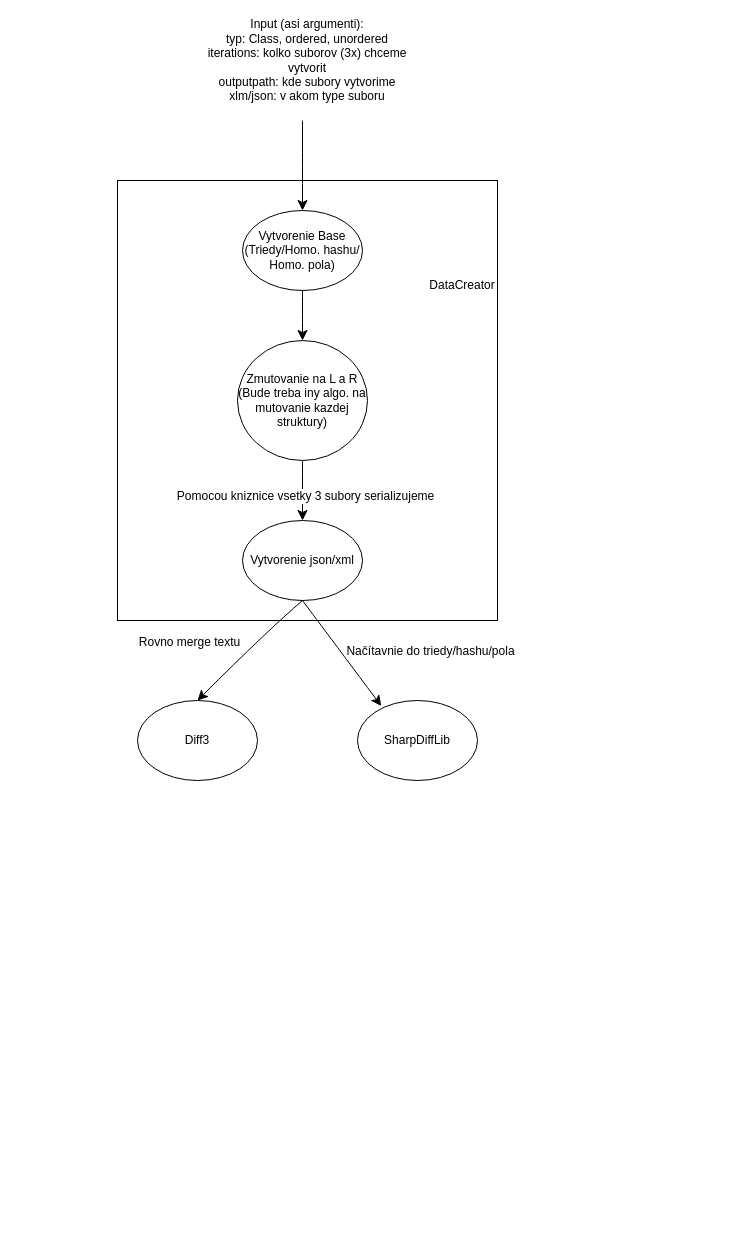
The draw.io diagram JednoduchyProcesDiagram.drawio in pilarcik8/SharpDiffLib, before the edit. Source tidied: cells renumbered, new cells numbered last; positions are measured from the earlier drawing's top-left corner, leaving out a move shared by most shapes. Both pictures are drawn from the tidied source at 100%, with x=0, y=0 at pixel (117, 20).
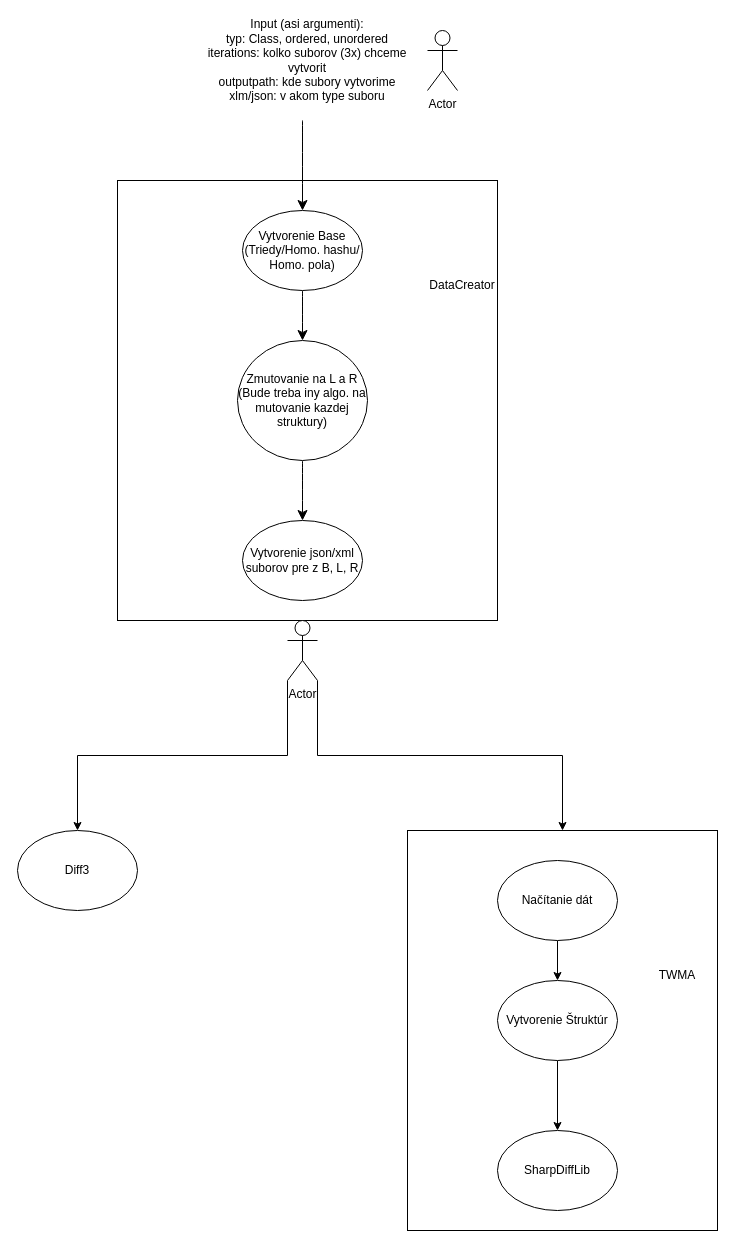
The same page after the edit.

Commit message:
Updated proces diagram diff part not done.drawio

The change refers to these unchanged cells:
```xml
<mxCell id="12" style="edgeStyle=none;curved=1;rounded=0;jettySize=auto;html=1;exitX=0.5;exitY=1;exitDx=0;exitDy=0;entryX=0.5;entryY=0;entryDx=0;entryDy=0;fontSize=12;startSize=8;endSize=8;" parent="1" edge="1" source="14" target="5">
  <mxGeometry relative="1" as="geometry" />
</mxCell>
```

The edit, as a diff of the source:
```diff
@@
+    <mxCell id="18" style="rounded=0;whiteSpace=wrap;html=1;" parent="1" vertex="1">
+      <mxGeometry x="290" y="810" width="310" height="400" as="geometry" />
+    </mxCell>
@@
-    <mxCell id="3" style="edgeStyle=none;curved=1;rounded=0;jettySize=auto;html=1;exitX=0.5;exitY=1;exitDx=0;exitDy=0;entryX=0.5;entryY=0;entryDx=0;entryDy=0;fontSize=12;startSize=8;endSize=8;" parent="1" edge="1" source="5" target="7">
-      <mxGeometry relative="1" as="geometry">
-        <Array as="points">
-          <mxPoint x="150" y="610" />
-        </Array>
-      </mxGeometry>
-    </mxCell>
-    <mxCell id="4" value="Rovno merge textu" style="edgeLabel;html=1;align=center;verticalAlign=middle;fontSize=12;" parent="3" vertex="1">
-      <mxGeometry x="-0.08" y="-4" relative="1" as="geometry">
-        <mxPoint x="-61" as="offset" />
-      </mxGeometry>
-    </mxCell>
-    <mxCell id="5" value="Vytvorenie json/xml" style="ellipse;whiteSpace=wrap;html=1;" parent="1" vertex="1">
+    <mxCell id="5" value="Vytvorenie json/xml suborov pre z B, L, R" style="ellipse;whiteSpace=wrap;html=1;" parent="1" vertex="1">
       <mxGeometry x="125" y="500" width="120" height="80" as="geometry" />
     </mxCell>
     <mxCell id="6" value="SharpDiffLib" style="ellipse;whiteSpace=wrap;html=1;" parent="1" vertex="1">
-      <mxGeometry x="240" y="680" width="120" height="80" as="geometry" />
+      <mxGeometry x="380" y="1110" width="120" height="80" as="geometry" />
     </mxCell>
     <mxCell id="7" value="Diff3" style="ellipse;whiteSpace=wrap;html=1;" parent="1" vertex="1">
-      <mxGeometry x="20" y="680" width="120" height="80" as="geometry" />
+      <mxGeometry x="-100" y="810" width="120" height="80" as="geometry" />
     </mxCell>
-    <mxCell id="8" style="edgeStyle=none;curved=1;rounded=0;jettySize=auto;html=1;exitX=0.5;exitY=1;exitDx=0;exitDy=0;entryX=0.198;entryY=0.068;entryDx=0;entryDy=0;entryPerimeter=0;fontSize=12;startSize=8;endSize=8;" parent="1" edge="1" source="5" target="6">
-      <mxGeometry relative="1" as="geometry" />
-    </mxCell>
-    <mxCell id="9" value="Načítavnie do triedy/hashu/pola" style="edgeLabel;html=1;align=center;verticalAlign=middle;fontSize=12;" parent="8" vertex="1">
-      <mxGeometry x="-0.01" y="2" relative="1" as="geometry">
-        <mxPoint x="87" as="offset" />
-      </mxGeometry>
-    </mxCell>
@@
-    <mxCell id="13" value="Pomocou kniznice vsetky 3 subory serializujeme" style="edgeLabel;html=1;align=center;verticalAlign=middle;fontSize=12;" parent="12" vertex="1">
-      <mxGeometry x="0.15" y="2" relative="1" as="geometry" />
-    </mxCell>
@@
+    <mxCell id="19" style="edgeStyle=orthogonalEdgeStyle;rounded=0;jettySize=auto;html=1;exitX=0.5;exitY=1;exitDx=0;exitDy=0;" parent="1" edge="1" source="20" target="23">
+      <mxGeometry relative="1" as="geometry" />
+    </mxCell>
+    <mxCell id="20" value="Načítanie dát" style="ellipse;whiteSpace=wrap;html=1;" parent="1" vertex="1">
+      <mxGeometry x="380" y="840" width="120" height="80" as="geometry" />
+    </mxCell>
+    <mxCell id="21" value="Actor" style="shape=umlActor;verticalLabelPosition=bottom;verticalAlign=top;html=1;" parent="1" vertex="1">
+      <mxGeometry x="310" y="10" width="30" height="60" as="geometry" />
+    </mxCell>
+    <mxCell id="22" style="edgeStyle=orthogonalEdgeStyle;rounded=0;jettySize=auto;html=1;exitX=0.5;exitY=1;exitDx=0;exitDy=0;entryX=0.5;entryY=0;entryDx=0;entryDy=0;" parent="1" edge="1" source="23" target="6">
+      <mxGeometry relative="1" as="geometry" />
+    </mxCell>
+    <mxCell id="23" value="Vytvorenie Štruktúr" style="ellipse;whiteSpace=wrap;html=1;" parent="1" vertex="1">
+      <mxGeometry x="380" y="960" width="120" height="80" as="geometry" />
+    </mxCell>
+    <mxCell id="24" value="TWMA" style="text;html=1;whiteSpace=wrap;strokeColor=none;fillColor=none;align=center;verticalAlign=middle;rounded=0;" parent="1" vertex="1">
+      <mxGeometry x="530" y="940" width="60" height="30" as="geometry" />
+    </mxCell>
+    <mxCell id="25" style="edgeStyle=orthogonalEdgeStyle;rounded=0;jettySize=auto;html=1;exitX=1;exitY=1;exitDx=0;exitDy=0;exitPerimeter=0;entryX=0.5;entryY=0;entryDx=0;entryDy=0;" parent="1" edge="1" source="27" target="18">
+      <mxGeometry relative="1" as="geometry" />
+    </mxCell>
+    <mxCell id="26" style="edgeStyle=orthogonalEdgeStyle;rounded=0;jettySize=auto;html=1;exitX=0;exitY=1;exitDx=0;exitDy=0;exitPerimeter=0;entryX=0.5;entryY=0;entryDx=0;entryDy=0;" parent="1" edge="1" source="27" target="7">
+      <mxGeometry relative="1" as="geometry" />
+    </mxCell>
+    <mxCell id="27" value="Actor" style="shape=umlActor;verticalLabelPosition=bottom;verticalAlign=top;html=1;outlineConnect=0;" parent="1" vertex="1">
+      <mxGeometry x="170" y="600" width="30" height="60" as="geometry" />
+    </mxCell>
```
